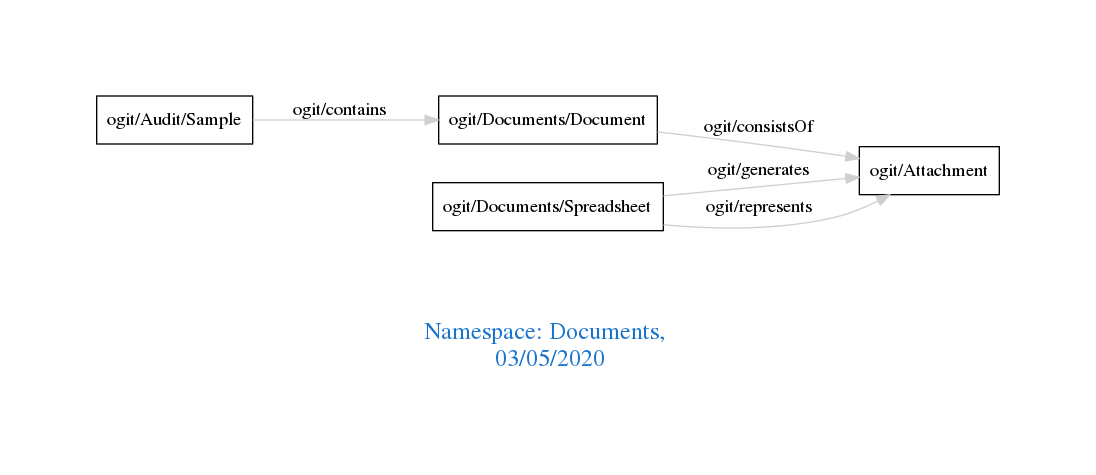
Earlier version of the Graphviz export downloads/Documents.png (arago/OGIT). Its source is kept beside it as downloads/Documents.dot.
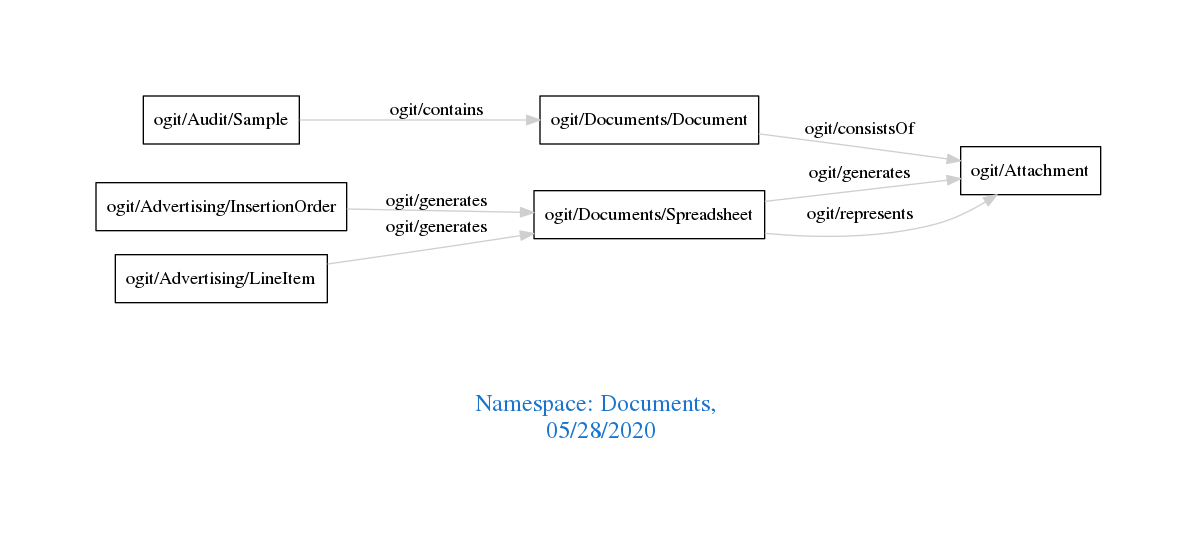
Above is the later version.

The edit, as a diff of the source:
```diff
@@ -1,11 +1,13 @@
 digraph OGIT_ontology {
  graph [ rankdir= LR,pad=1
 fontsize = 18,
-fontcolor= dodgerblue3,label = "\n\n\nNamespace: Documents, \n 03/05/2020"];
+fontcolor= dodgerblue3,label = "\n\n\nNamespace: Documents, \n 05/28/2020"];
 node[shape=polygon];
 edge [  color="gray81"];
 
    "ogit/Audit/Sample" -> "ogit/Documents/Document" [label="   ogit/contains    "];
+   "ogit/Advertising/InsertionOrder" -> "ogit/Documents/Spreadsheet" [label="   ogit/generates    "];
+   "ogit/Advertising/LineItem" -> "ogit/Documents/Spreadsheet" [label="   ogit/generates    "];
    "ogit/Documents/Spreadsheet" -> "ogit/Attachment" [label="   ogit/generates    "];
    "ogit/Documents/Spreadsheet" -> "ogit/Attachment" [label="   ogit/represents    "];
    "ogit/Documents/Document" -> "ogit/Attachment" [label="   ogit/consistsOf    "];
```
